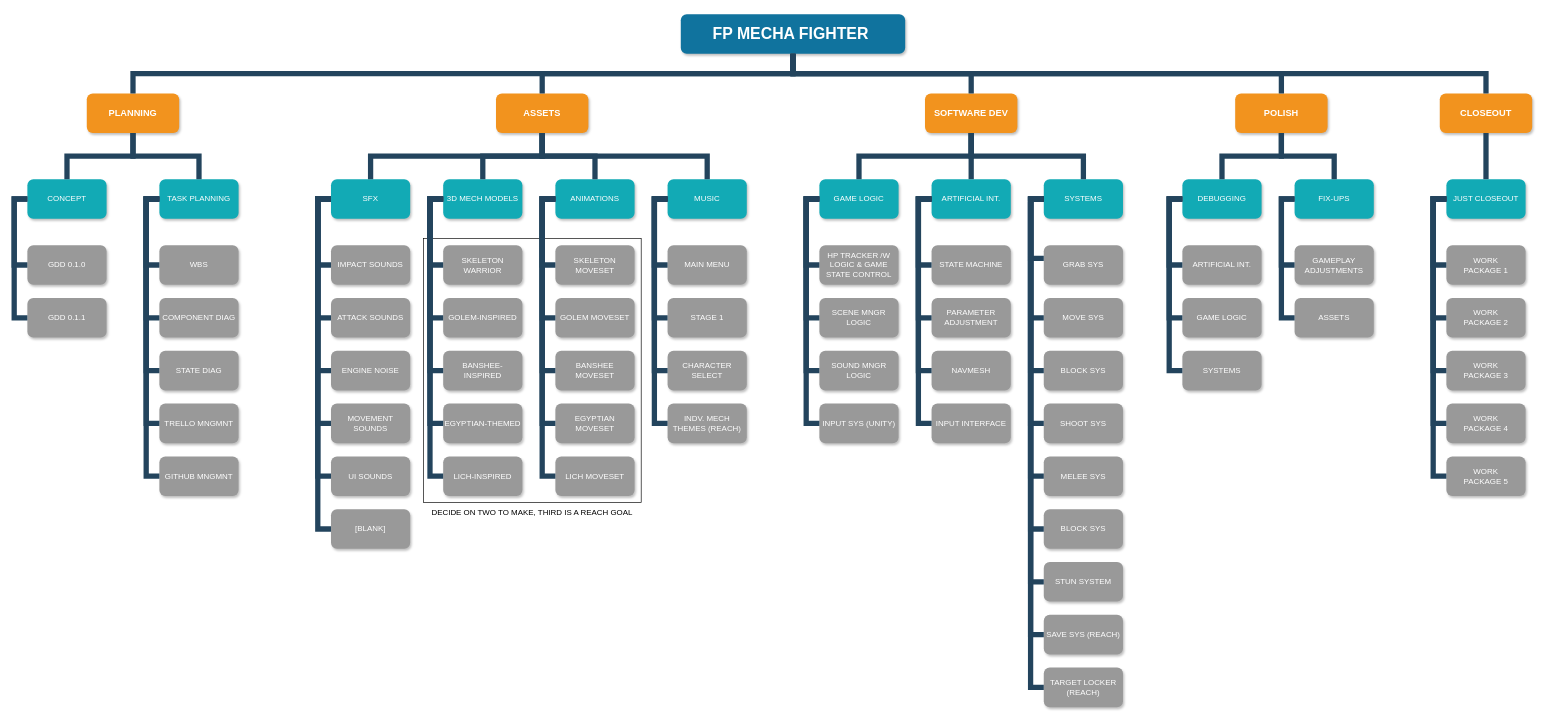
Earlier version of the draw.io diagram Diagrams/Task Breakdown.drawio (NotTom31/MechroKnights). Source tidied: cells renumbered, new cells numbered last; positions are measured from the earlier drawing's top-left corner, leaving out a move shared by most shapes. Both pictures are drawn from the tidied source at 66%, with x=0, y=0 at pixel (14, 14).
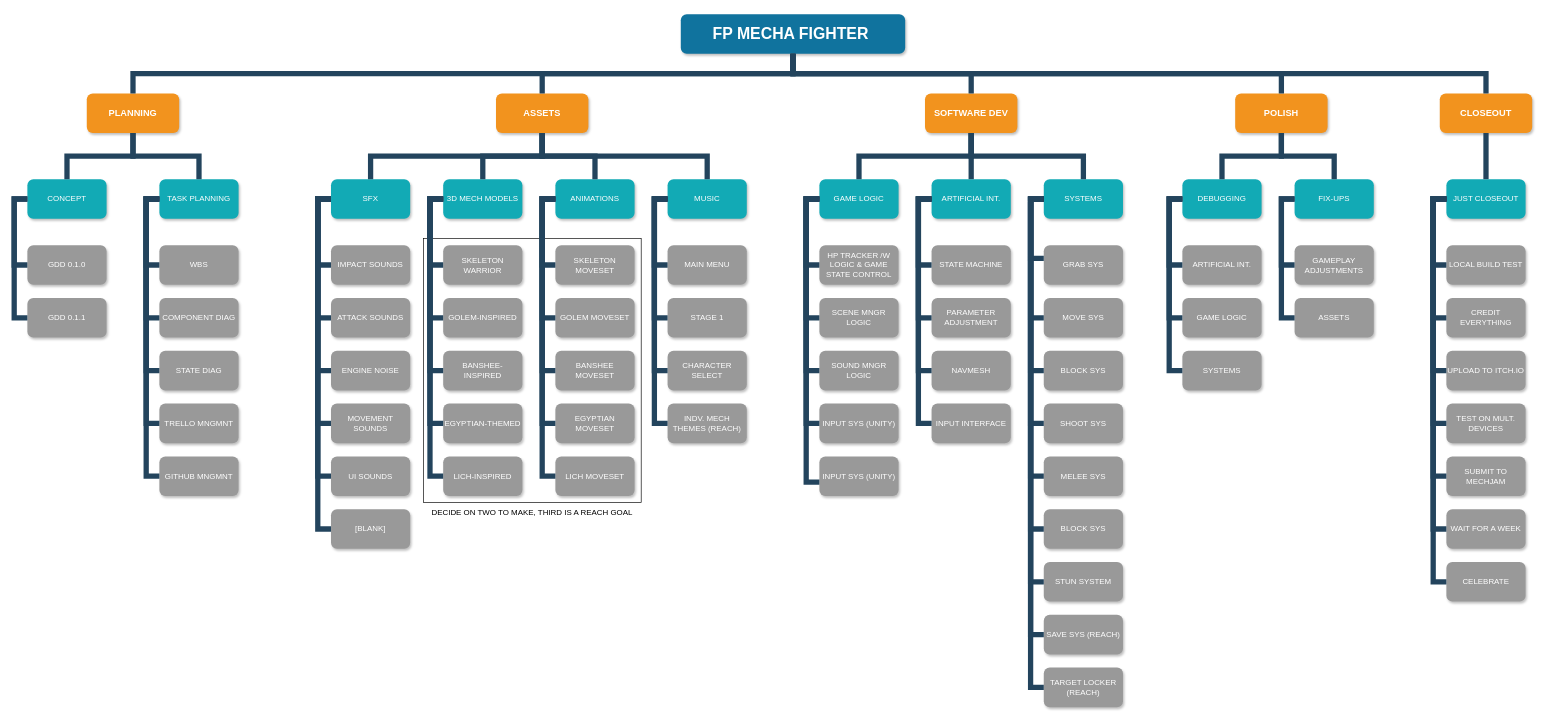
The same diagram, later.

Commit message (it also covers changes not shown here):
Task Breakdown Pass 3

The change refers to these unchanged cells:
```xml
<mxCell id="71" value="GAME LOGIC" style="whiteSpace=wrap;rounded=1;fillColor=#12AAB5;strokeColor=none;shadow=1;fontColor=#FFFFFF;" parent="1" vertex="1">
  <mxGeometry x="1220" y="250" width="120" height="60" as="geometry" />
</mxCell>
<mxCell id="104" value="JUST CLOSEOUT" style="whiteSpace=wrap;rounded=1;fillColor=#12AAB5;strokeColor=none;shadow=1;fontColor=#FFFFFF;" parent="1" vertex="1">
  <mxGeometry x="2170" y="250" width="120" height="60" as="geometry" />
</mxCell>
```

Change to the diagram source:
```diff
@@
-    <mxCell id="107" value="WORK&#10;PACKAGE 1" style="whiteSpace=wrap;rounded=1;fillColor=#999999;strokeColor=none;shadow=1;fontColor=#FFFFFF;fontStyle=0;" parent="1" vertex="1">
+    <mxCell id="107" value="LOCAL BUILD TEST" style="whiteSpace=wrap;rounded=1;fillColor=#999999;strokeColor=none;shadow=1;fontColor=#FFFFFF;fontStyle=0;" parent="1" vertex="1">
       <mxGeometry x="2170" y="350" width="120" height="60" as="geometry" />
     </mxCell>
-    <mxCell id="108" value="WORK&#10;PACKAGE 2" style="whiteSpace=wrap;rounded=1;fillColor=#999999;strokeColor=none;shadow=1;fontColor=#FFFFFF;fontStyle=0;" parent="1" vertex="1">
+    <mxCell id="108" value="CREDIT EVERYTHING" style="whiteSpace=wrap;rounded=1;fillColor=#999999;strokeColor=none;shadow=1;fontColor=#FFFFFF;fontStyle=0;" parent="1" vertex="1">
       <mxGeometry x="2170" y="430" width="120" height="60" as="geometry" />
     </mxCell>
-    <mxCell id="109" value="WORK&#10;PACKAGE 3" style="whiteSpace=wrap;rounded=1;fillColor=#999999;strokeColor=none;shadow=1;fontColor=#FFFFFF;fontStyle=0;" parent="1" vertex="1">
-      <mxGeometry x="2170" y="510" width="120" height="60" as="geometry" />
-    </mxCell>
-    <mxCell id="110" value="WORK&#10;PACKAGE 4" style="whiteSpace=wrap;rounded=1;fillColor=#999999;strokeColor=none;shadow=1;fontColor=#FFFFFF;fontStyle=0;" parent="1" vertex="1">
+    <mxCell id="110" value="TEST ON MULT. DEVICES" style="whiteSpace=wrap;rounded=1;fillColor=#999999;strokeColor=none;shadow=1;fontColor=#FFFFFF;fontStyle=0;" parent="1" vertex="1">
       <mxGeometry x="2170" y="590" width="120" height="60" as="geometry" />
     </mxCell>
-    <mxCell id="111" value="WORK&#10;PACKAGE 5" style="whiteSpace=wrap;rounded=1;fillColor=#999999;strokeColor=none;shadow=1;fontColor=#FFFFFF;fontStyle=0;" parent="1" vertex="1">
-      <mxGeometry x="2170" y="670" width="120" height="60" as="geometry" />
+    <mxCell id="111" value="UPLOAD TO ITCH.IO" style="whiteSpace=wrap;rounded=1;fillColor=#999999;strokeColor=none;shadow=1;fontColor=#FFFFFF;fontStyle=0;" parent="1" vertex="1">
+      <mxGeometry x="2170" y="510" width="120" height="60" as="geometry" />
     </mxCell>
@@
-    <mxCell id="118" style="edgeStyle=elbowEdgeStyle;elbow=horizontal;rounded=0;fontColor=#000000;endArrow=none;endFill=0;strokeWidth=8;strokeColor=#23445D;" parent="1" edge="1" source="104" target="109">
-      <mxGeometry relative="1" as="geometry">
-        <Array as="points">
-          <mxPoint x="2150" y="420" />
-        </Array>
-      </mxGeometry>
-    </mxCell>
@@
+    <mxCell id="147" value="INPUT SYS (UNITY)" style="whiteSpace=wrap;rounded=1;fillColor=#999999;strokeColor=none;shadow=1;fontColor=#FFFFFF;fontStyle=0;" parent="1" vertex="1">
+      <mxGeometry x="1220" y="670" width="120" height="60" as="geometry" />
+    </mxCell>
+    <mxCell id="148" style="edgeStyle=elbowEdgeStyle;elbow=horizontal;rounded=0;fontColor=#000000;endArrow=none;endFill=0;strokeWidth=8;strokeColor=#23445D;exitX=0;exitY=0.5;exitDx=0;exitDy=0;entryX=0;entryY=0.65;entryDx=0;entryDy=0;entryPerimeter=0;" parent="1" edge="1" source="71" target="147">
+      <mxGeometry relative="1" as="geometry">
+        <Array as="points">
+          <mxPoint x="1200" y="553" />
+        </Array>
+      </mxGeometry>
+    </mxCell>
+    <mxCell id="149" value="SUBMIT TO MECHJAM" style="whiteSpace=wrap;rounded=1;fillColor=#999999;strokeColor=none;shadow=1;fontColor=#FFFFFF;fontStyle=0;" parent="1" vertex="1">
+      <mxGeometry x="2170" y="670" width="120" height="60" as="geometry" />
+    </mxCell>
+    <mxCell id="150" style="edgeStyle=elbowEdgeStyle;elbow=horizontal;rounded=0;fontColor=#000000;endArrow=none;endFill=0;strokeWidth=8;strokeColor=#23445D;exitX=0;exitY=0.5;exitDx=0;exitDy=0;entryX=0;entryY=0.5;entryDx=0;entryDy=0;" parent="1" edge="1" source="104" target="149">
+      <mxGeometry relative="1" as="geometry">
+        <Array as="points">
+          <mxPoint x="2150" y="510" />
+        </Array>
+      </mxGeometry>
+    </mxCell>
+    <mxCell id="151" value="WAIT FOR A WEEK" style="whiteSpace=wrap;rounded=1;fillColor=#999999;strokeColor=none;shadow=1;fontColor=#FFFFFF;fontStyle=0;" parent="1" vertex="1">
+      <mxGeometry x="2170" y="750" width="120" height="60" as="geometry" />
+    </mxCell>
+    <mxCell id="152" style="edgeStyle=elbowEdgeStyle;elbow=horizontal;rounded=0;fontColor=#000000;endArrow=none;endFill=0;strokeWidth=8;strokeColor=#23445D;exitX=0;exitY=0.5;exitDx=0;exitDy=0;entryX=0;entryY=0.5;entryDx=0;entryDy=0;" parent="1" edge="1" source="104" target="151">
+      <mxGeometry relative="1" as="geometry">
+        <Array as="points">
+          <mxPoint x="2150" y="560" />
+        </Array>
+      </mxGeometry>
+    </mxCell>
+    <mxCell id="153" value="CELEBRATE" style="whiteSpace=wrap;rounded=1;fillColor=#999999;strokeColor=none;shadow=1;fontColor=#FFFFFF;fontStyle=0;" parent="1" vertex="1">
+      <mxGeometry x="2170" y="830" width="120" height="60" as="geometry" />
+    </mxCell>
+    <mxCell id="154" style="edgeStyle=elbowEdgeStyle;elbow=horizontal;rounded=0;fontColor=#000000;endArrow=none;endFill=0;strokeWidth=8;strokeColor=#23445D;exitX=0;exitY=0.5;exitDx=0;exitDy=0;entryX=0;entryY=0.5;entryDx=0;entryDy=0;" parent="1" edge="1" source="104" target="153">
+      <mxGeometry relative="1" as="geometry">
+        <Array as="points">
+          <mxPoint x="2150" y="600" />
+        </Array>
+      </mxGeometry>
+    </mxCell>
```
